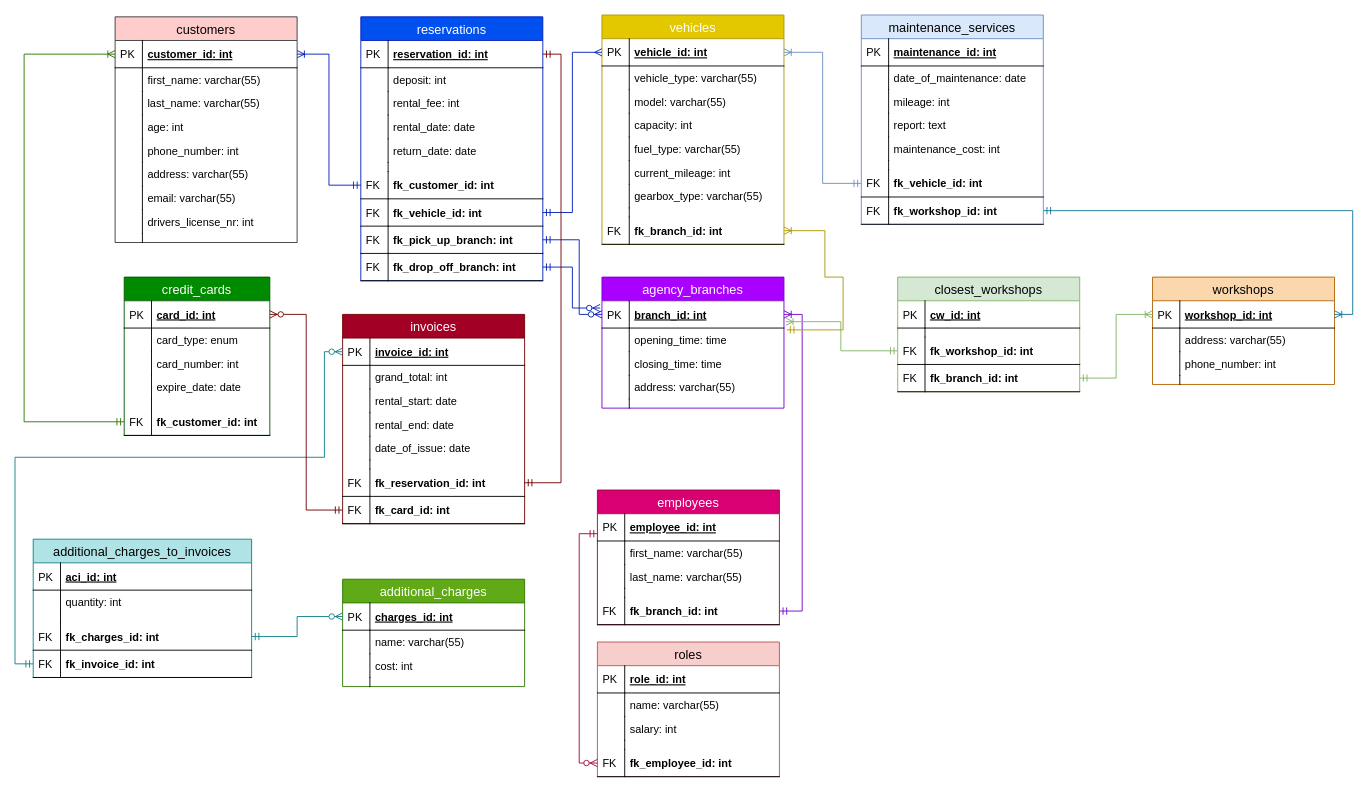
Above: Database-Development/3nf.drawio in Cosmic0wl/FSWD70-Valentina-Panetta-CodeReview-09 (draw.io), before the change. Source tidied: cells renumbered, new cells numbered last; positions are measured from the earlier drawing's top-left corner, leaving out a move shared by most shapes. Both pictures are drawn from the tidied source at 91%, with x=0, y=0 at pixel (15, 15).
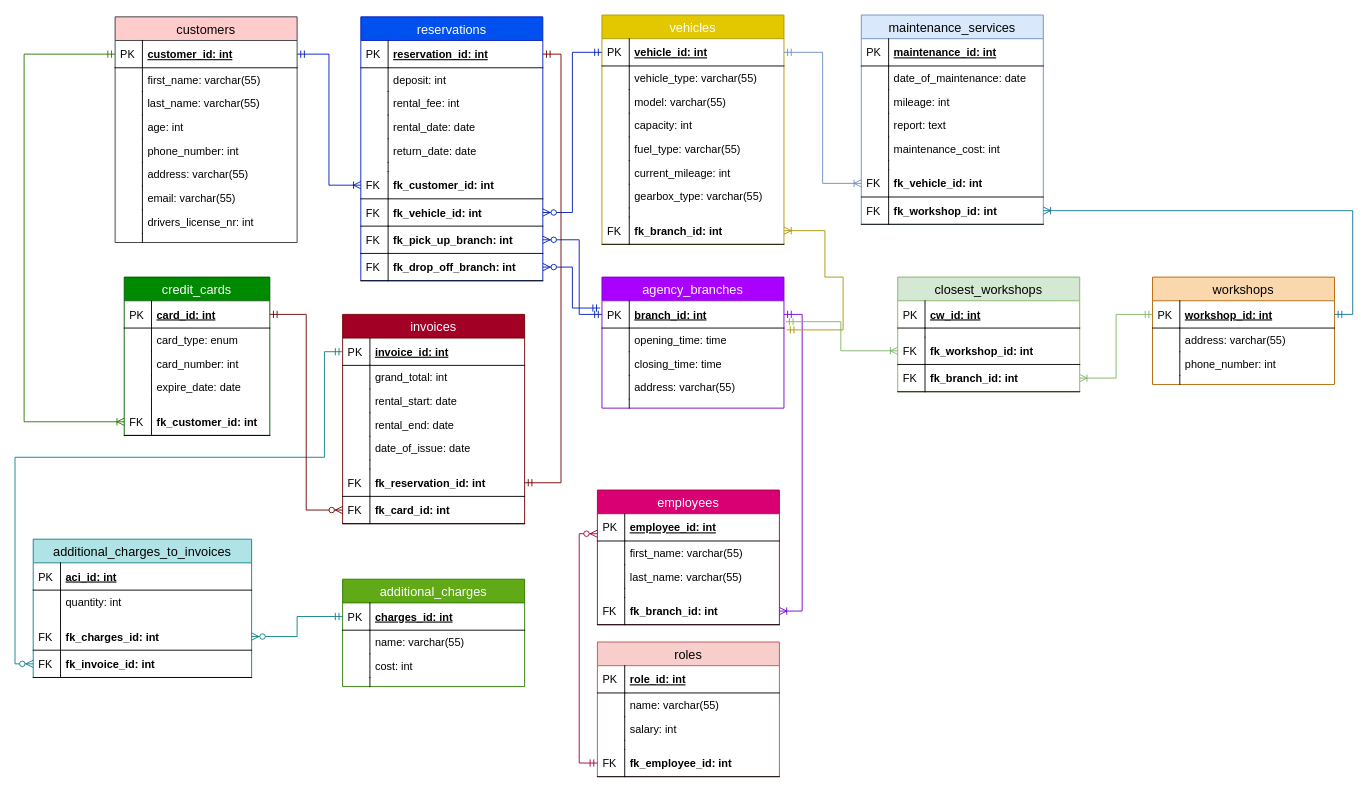
The same diagram, later.

Unchanged cells that the change refers to:
```xml
<mxCell id="3" value="customer_id: int" style="shape=partialRectangle;top=0;left=0;right=0;bottom=1;align=left;verticalAlign=middle;fillColor=none;spacingLeft=34;spacingRight=4;overflow=hidden;points=[[0,0.5],[1,0.5]];portConstraint=eastwest;fontStyle=5;fontSize=12;" parent="2" vertex="1">
  <mxGeometry y="26" width="200" height="30" as="geometry" />
</mxCell>
<mxCell id="22" value="card_id: int" style="shape=partialRectangle;top=0;left=0;right=0;bottom=1;align=left;verticalAlign=middle;fillColor=none;spacingLeft=34;spacingRight=4;overflow=hidden;points=[[0,0.5],[1,0.5]];portConstraint=eastwest;fontStyle=5;fontSize=12;" parent="21" vertex="1">
  <mxGeometry y="26" width="160" height="30" as="geometry" />
</mxCell>
<mxCell id="32" value="fk_customer_id: int" style="shape=partialRectangle;top=0;left=0;right=0;bottom=1;align=left;verticalAlign=middle;fillColor=none;spacingLeft=34;spacingRight=4;overflow=hidden;points=[[0,0.5],[1,0.5]];portConstraint=eastwest;fontStyle=1;fontSize=12;" parent="21" vertex="1">
  <mxGeometry y="144" width="160" height="30" as="geometry" />
</mxCell>
<mxCell id="47" value="fk_customer_id: int" style="shape=partialRectangle;top=0;left=0;right=0;bottom=1;align=left;verticalAlign=middle;fillColor=none;spacingLeft=34;spacingRight=4;overflow=hidden;points=[[0,0.5],[1,0.5]];portConstraint=eastwest;fontStyle=1;fontSize=12;" parent="34" vertex="1">
  <mxGeometry y="170" width="200" height="30" as="geometry" />
</mxCell>
<mxCell id="49" value="fk_vehicle_id: int" style="shape=partialRectangle;top=0;left=0;right=0;bottom=1;align=left;verticalAlign=middle;fillColor=none;spacingLeft=34;spacingRight=4;overflow=hidden;points=[[0,0.5],[1,0.5]];portConstraint=eastwest;fontStyle=1;fontSize=12;" parent="34" vertex="1">
  <mxGeometry y="200" width="200" height="30" as="geometry" />
</mxCell>
<mxCell id="51" value="fk_pick_up_branch: int" style="shape=partialRectangle;top=0;left=0;right=0;bottom=1;align=left;verticalAlign=middle;fillColor=none;spacingLeft=34;spacingRight=4;overflow=hidden;points=[[0,0.5],[1,0.5]];portConstraint=eastwest;fontStyle=1;fontSize=12;" parent="34" vertex="1">
  <mxGeometry y="230" width="200" height="30" as="geometry" />
</mxCell>
<mxCell id="53" value="fk_drop_off_branch: int" style="shape=partialRectangle;top=0;left=0;right=0;bottom=1;align=left;verticalAlign=middle;fillColor=none;spacingLeft=34;spacingRight=4;overflow=hidden;points=[[0,0.5],[1,0.5]];portConstraint=eastwest;fontStyle=1;fontSize=12;" parent="34" vertex="1">
  <mxGeometry y="260" width="200" height="30" as="geometry" />
</mxCell>
<mxCell id="56" value="vehicle_id: int" style="shape=partialRectangle;top=0;left=0;right=0;bottom=1;align=left;verticalAlign=middle;fillColor=none;spacingLeft=34;spacingRight=4;overflow=hidden;points=[[0,0.5],[1,0.5]];portConstraint=eastwest;fontStyle=5;fontSize=12;" parent="55" vertex="1">
  <mxGeometry y="26" width="200" height="30" as="geometry" />
</mxCell>
<mxCell id="75" value="employee_id: int" style="shape=partialRectangle;top=0;left=0;right=0;bottom=1;align=left;verticalAlign=middle;fillColor=none;spacingLeft=34;spacingRight=4;overflow=hidden;points=[[0,0.5],[1,0.5]];portConstraint=eastwest;fontStyle=5;fontSize=12;" parent="74" vertex="1">
  <mxGeometry y="26" width="200" height="30" as="geometry" />
</mxCell>
<mxCell id="83" value="fk_branch_id: int" style="shape=partialRectangle;top=0;left=0;right=0;bottom=1;align=left;verticalAlign=middle;fillColor=none;spacingLeft=34;spacingRight=4;overflow=hidden;points=[[0,0.5],[1,0.5]];portConstraint=eastwest;fontStyle=1;fontSize=12;" parent="74" vertex="1">
  <mxGeometry y="118" width="200" height="30" as="geometry" />
</mxCell>
<mxCell id="94" value="fk_employee_id: int" style="shape=partialRectangle;top=0;left=0;right=0;bottom=1;align=left;verticalAlign=middle;fillColor=none;spacingLeft=34;spacingRight=4;overflow=hidden;points=[[0,0.5],[1,0.5]];portConstraint=eastwest;fontStyle=1;fontSize=12;" parent="85" vertex="1">
  <mxGeometry y="118" width="200" height="30" as="geometry" />
</mxCell>
<mxCell id="97" value="branch_id: int" style="shape=partialRectangle;top=0;left=0;right=0;bottom=1;align=left;verticalAlign=middle;fillColor=none;spacingLeft=34;spacingRight=4;overflow=hidden;points=[[0,0.5],[1,0.5]];portConstraint=eastwest;fontStyle=5;fontSize=12;" parent="96" vertex="1">
  <mxGeometry y="26" width="200" height="30" as="geometry" />
</mxCell>
<mxCell id="108" value="invoice_id: int" style="shape=partialRectangle;top=0;left=0;right=0;bottom=1;align=left;verticalAlign=middle;fillColor=none;spacingLeft=34;spacingRight=4;overflow=hidden;points=[[0,0.5],[1,0.5]];portConstraint=eastwest;fontStyle=5;fontSize=12;" parent="107" vertex="1">
  <mxGeometry y="26" width="200" height="30" as="geometry" />
</mxCell>
<mxCell id="122" value="fk_card_id: int" style="shape=partialRectangle;top=0;left=0;right=0;bottom=1;align=left;verticalAlign=middle;fillColor=none;spacingLeft=34;spacingRight=4;overflow=hidden;points=[[0,0.5],[1,0.5]];portConstraint=eastwest;fontStyle=1;fontSize=12;" parent="107" vertex="1">
  <mxGeometry y="200" width="200" height="30" as="geometry" />
</mxCell>
<mxCell id="125" value="charges_id: int" style="shape=partialRectangle;top=0;left=0;right=0;bottom=1;align=left;verticalAlign=middle;fillColor=none;spacingLeft=34;spacingRight=4;overflow=hidden;points=[[0,0.5],[1,0.5]];portConstraint=eastwest;fontStyle=5;fontSize=12;" parent="124" vertex="1">
  <mxGeometry y="26" width="200" height="30" as="geometry" />
</mxCell>
<mxCell id="147" value="fk_charges_id: int" style="shape=partialRectangle;top=0;left=0;right=0;bottom=1;align=left;verticalAlign=middle;fillColor=none;spacingLeft=34;spacingRight=4;overflow=hidden;points=[[0,0.5],[1,0.5]];portConstraint=eastwest;fontStyle=1;fontSize=12;" parent="140" vertex="1">
  <mxGeometry y="92" width="240" height="30" as="geometry" />
</mxCell>
<mxCell id="149" value="fk_invoice_id: int" style="shape=partialRectangle;top=0;left=0;right=0;bottom=1;align=left;verticalAlign=middle;fillColor=none;spacingLeft=34;spacingRight=4;overflow=hidden;points=[[0,0.5],[1,0.5]];portConstraint=eastwest;fontStyle=1;fontSize=12;" parent="140" vertex="1">
  <mxGeometry y="122" width="240" height="30" as="geometry" />
</mxCell>
<mxCell id="169" value="fk_vehicle_id: int" style="shape=partialRectangle;top=0;left=0;right=0;bottom=1;align=left;verticalAlign=middle;fillColor=none;spacingLeft=34;spacingRight=4;overflow=hidden;points=[[0,0.5],[1,0.5]];portConstraint=eastwest;fontStyle=1;fontSize=12;" parent="156" vertex="1">
  <mxGeometry y="170" width="200" height="30" as="geometry" />
</mxCell>
<mxCell id="171" value="fk_workshop_id: int" style="shape=partialRectangle;top=0;left=0;right=0;bottom=1;align=left;verticalAlign=middle;fillColor=none;spacingLeft=34;spacingRight=4;overflow=hidden;points=[[0,0.5],[1,0.5]];portConstraint=eastwest;fontStyle=1;fontSize=12;" parent="156" vertex="1">
  <mxGeometry y="200" width="200" height="30" as="geometry" />
</mxCell>
<mxCell id="175" value="workshop_id: int" style="shape=partialRectangle;top=0;left=0;right=0;bottom=1;align=left;verticalAlign=middle;fillColor=none;spacingLeft=34;spacingRight=4;overflow=hidden;points=[[0,0.5],[1,0.5]];portConstraint=eastwest;fontStyle=5;fontSize=12;" parent="174" vertex="1">
  <mxGeometry y="26" width="200" height="30" as="geometry" />
</mxCell>
<mxCell id="189" value="fk_workshop_id: int" style="shape=partialRectangle;top=0;left=0;right=0;bottom=1;align=left;verticalAlign=middle;fillColor=none;spacingLeft=34;spacingRight=4;overflow=hidden;points=[[0,0.5],[1,0.5]];portConstraint=eastwest;fontStyle=1;fontSize=12;" parent="184" vertex="1">
  <mxGeometry y="66" width="200" height="30" as="geometry" />
</mxCell>
<mxCell id="191" value="fk_branch_id: int" style="shape=partialRectangle;top=0;left=0;right=0;bottom=1;align=left;verticalAlign=middle;fillColor=none;spacingLeft=34;spacingRight=4;overflow=hidden;points=[[0,0.5],[1,0.5]];portConstraint=eastwest;fontStyle=1;fontSize=12;" parent="184" vertex="1">
  <mxGeometry y="96" width="200" height="30" as="geometry" />
</mxCell>
```

Diff of the diagram source:
```diff
@@
-    <mxCell id="133" style="edgeStyle=orthogonalEdgeStyle;rounded=0;jettySize=auto;html=1;entryX=1;entryY=0.5;entryDx=0;entryDy=0;endArrow=ERoneToMany;endFill=0;fillColor=#0050ef;strokeColor=#001DBC;startArrow=ERmandOne;startFill=0;" parent="1" edge="1" source="47" target="3">
+    <mxCell id="133" style="edgeStyle=orthogonalEdgeStyle;rounded=0;jettySize=auto;html=1;entryX=1;entryY=0.5;entryDx=0;entryDy=0;endArrow=ERmandOne;endFill=0;fillColor=#0050ef;strokeColor=#001DBC;startArrow=ERoneToMany;startFill=0;" parent="1" edge="1" source="47" target="3">
       <mxGeometry relative="1" as="geometry" />
     </mxCell>
-    <mxCell id="134" style="edgeStyle=orthogonalEdgeStyle;rounded=0;jettySize=auto;html=1;exitX=1;exitY=0.5;exitDx=0;exitDy=0;entryX=0;entryY=0.5;entryDx=0;entryDy=0;endArrow=ERmany;endFill=0;fillColor=#0050ef;strokeColor=#001DBC;startArrow=ERmandOne;startFill=0;" parent="1" edge="1" source="49" target="56">
+    <mxCell id="134" style="edgeStyle=orthogonalEdgeStyle;rounded=0;jettySize=auto;html=1;exitX=1;exitY=0.5;exitDx=0;exitDy=0;entryX=0;entryY=0.5;entryDx=0;entryDy=0;endArrow=ERmandOne;endFill=0;fillColor=#0050ef;strokeColor=#001DBC;startArrow=ERzeroToMany;startFill=1;" parent="1" edge="1" source="49" target="56">
       <mxGeometry relative="1" as="geometry" />
     </mxCell>
-    <mxCell id="135" style="edgeStyle=orthogonalEdgeStyle;rounded=0;jettySize=auto;html=1;exitX=1;exitY=0.5;exitDx=0;exitDy=0;entryX=0;entryY=0.5;entryDx=0;entryDy=0;endArrow=ERzeroToMany;endFill=1;fillColor=#0050ef;strokeColor=#001DBC;startArrow=ERmandOne;startFill=0;" parent="1" edge="1" source="51" target="97">
+    <mxCell id="135" style="edgeStyle=orthogonalEdgeStyle;rounded=0;jettySize=auto;html=1;exitX=1;exitY=0.5;exitDx=0;exitDy=0;entryX=0;entryY=0.5;entryDx=0;entryDy=0;endArrow=ERmandOne;endFill=0;fillColor=#0050ef;strokeColor=#001DBC;startArrow=ERzeroToMany;startFill=1;" parent="1" edge="1" source="51" target="97">
       <mxGeometry relative="1" as="geometry">
         <Array as="points">
           <mxPoint x="620" y="247" />
           <mxPoint x="620" y="329" />
         </Array>
       </mxGeometry>
     </mxCell>
-    <mxCell id="136" style="edgeStyle=orthogonalEdgeStyle;rounded=0;jettySize=auto;html=1;entryX=-0.01;entryY=0.267;entryDx=0;entryDy=0;entryPerimeter=0;endArrow=ERzeroToMany;endFill=1;fillColor=#0050ef;strokeColor=#001DBC;startArrow=ERmandOne;startFill=0;" parent="1" edge="1" source="53" target="97">
+    <mxCell id="136" style="edgeStyle=orthogonalEdgeStyle;rounded=0;jettySize=auto;html=1;entryX=-0.01;entryY=0.267;entryDx=0;entryDy=0;entryPerimeter=0;endArrow=ERmandOne;endFill=0;fillColor=#0050ef;strokeColor=#001DBC;startArrow=ERzeroToMany;startFill=1;" parent="1" edge="1" source="53" target="97">
       <mxGeometry relative="1" as="geometry" />
     </mxCell>
-    <mxCell id="137" style="edgeStyle=orthogonalEdgeStyle;rounded=0;jettySize=auto;html=1;entryX=0;entryY=0.733;entryDx=0;entryDy=0;entryPerimeter=0;endArrow=ERmandOne;endFill=0;fillColor=#d80073;strokeColor=#A50040;startArrow=ERzeroToMany;startFill=1;" parent="1" edge="1" source="94" target="75">
+    <mxCell id="137" style="edgeStyle=orthogonalEdgeStyle;rounded=0;jettySize=auto;html=1;entryX=0;entryY=0.733;entryDx=0;entryDy=0;entryPerimeter=0;endArrow=ERzeroToMany;endFill=1;fillColor=#d80073;strokeColor=#A50040;startArrow=ERmandOne;startFill=0;" parent="1" edge="1" source="94" target="75">
       <mxGeometry relative="1" as="geometry" />
     </mxCell>
-    <mxCell id="138" style="edgeStyle=orthogonalEdgeStyle;rounded=0;jettySize=auto;html=1;entryX=1;entryY=0.5;entryDx=0;entryDy=0;endArrow=ERoneToMany;endFill=0;fillColor=#aa00ff;strokeColor=#7700CC;startArrow=ERmandOne;startFill=0;" parent="1" edge="1" source="83" target="97">
+    <mxCell id="138" style="edgeStyle=orthogonalEdgeStyle;rounded=0;jettySize=auto;html=1;entryX=1;entryY=0.5;entryDx=0;entryDy=0;endArrow=ERmandOne;endFill=0;fillColor=#aa00ff;strokeColor=#7700CC;startArrow=ERoneToMany;startFill=0;" parent="1" edge="1" source="83" target="97">
       <mxGeometry relative="1" as="geometry" />
     </mxCell>
@@
-    <mxCell id="151" style="edgeStyle=orthogonalEdgeStyle;rounded=0;jettySize=auto;html=1;exitX=1;exitY=0.5;exitDx=0;exitDy=0;entryX=0;entryY=0.5;entryDx=0;entryDy=0;endArrow=ERzeroToMany;endFill=1;fillColor=#b0e3e6;strokeColor=#0e8088;startArrow=ERmandOne;startFill=0;" parent="1" edge="1" source="147" target="125">
+    <mxCell id="151" style="edgeStyle=orthogonalEdgeStyle;rounded=0;jettySize=auto;html=1;exitX=1;exitY=0.5;exitDx=0;exitDy=0;entryX=0;entryY=0.5;entryDx=0;entryDy=0;endArrow=ERmandOne;endFill=0;fillColor=#b0e3e6;strokeColor=#0e8088;startArrow=ERzeroToMany;startFill=1;" parent="1" edge="1" source="147" target="125">
       <mxGeometry relative="1" as="geometry" />
     </mxCell>
-    <mxCell id="152" style="edgeStyle=orthogonalEdgeStyle;rounded=0;jettySize=auto;html=1;exitX=0;exitY=0.5;exitDx=0;exitDy=0;entryX=0;entryY=0.5;entryDx=0;entryDy=0;endArrow=ERzeroToMany;endFill=1;fillColor=#b0e3e6;strokeColor=#0e8088;startArrow=ERmandOne;startFill=0;" parent="1" edge="1" source="149" target="108">
+    <mxCell id="152" style="edgeStyle=orthogonalEdgeStyle;rounded=0;jettySize=auto;html=1;exitX=0;exitY=0.5;exitDx=0;exitDy=0;entryX=0;entryY=0.5;entryDx=0;entryDy=0;endArrow=ERmandOne;endFill=0;fillColor=#b0e3e6;strokeColor=#0e8088;startArrow=ERzeroToMany;startFill=1;" parent="1" edge="1" source="149" target="108">
       <mxGeometry relative="1" as="geometry">
         <Array as="points">
           <mxPoint y="713" />
           <mxPoint y="486" />
           <mxPoint x="340" y="486" />
           <mxPoint x="340" y="370" />
         </Array>
       </mxGeometry>
     </mxCell>
@@
-    <mxCell id="154" style="edgeStyle=orthogonalEdgeStyle;rounded=0;jettySize=auto;html=1;entryX=1;entryY=0.5;entryDx=0;entryDy=0;endArrow=ERzeroToMany;endFill=1;fillColor=#a20025;strokeColor=#6F0000;startArrow=ERmandOne;startFill=0;" parent="1" edge="1" source="122" target="22">
+    <mxCell id="154" style="edgeStyle=orthogonalEdgeStyle;rounded=0;jettySize=auto;html=1;entryX=1;entryY=0.5;entryDx=0;entryDy=0;endArrow=ERmandOne;endFill=0;fillColor=#a20025;strokeColor=#6F0000;startArrow=ERzeroToMany;startFill=1;" parent="1" edge="1" source="122" target="22">
       <mxGeometry relative="1" as="geometry" />
     </mxCell>
-    <mxCell id="155" style="edgeStyle=orthogonalEdgeStyle;rounded=0;jettySize=auto;html=1;entryX=0;entryY=0.5;entryDx=0;entryDy=0;endArrow=ERoneToMany;endFill=0;fillColor=#60a917;strokeColor=#2D7600;startArrow=ERmandOne;startFill=0;" parent="1" edge="1" source="32" target="3">
+    <mxCell id="155" style="edgeStyle=orthogonalEdgeStyle;rounded=0;jettySize=auto;html=1;entryX=0;entryY=0.5;entryDx=0;entryDy=0;endArrow=ERmandOne;endFill=0;fillColor=#60a917;strokeColor=#2D7600;startArrow=ERoneToMany;startFill=0;" parent="1" edge="1" source="32" target="3">
       <mxGeometry relative="1" as="geometry">
         <Array as="points">
           <mxPoint x="10" y="447" />
           <mxPoint x="10" y="43" />
         </Array>
       </mxGeometry>
     </mxCell>
@@
-    <mxCell id="173" style="edgeStyle=orthogonalEdgeStyle;rounded=0;jettySize=auto;html=1;exitX=0;exitY=0.5;exitDx=0;exitDy=0;entryX=1;entryY=0.5;entryDx=0;entryDy=0;endArrow=ERoneToMany;endFill=0;startArrow=ERmandOne;startFill=0;fillColor=#dae8fc;strokeColor=#6c8ebf;" parent="1" edge="1" source="169" target="56">
+    <mxCell id="173" style="edgeStyle=orthogonalEdgeStyle;rounded=0;jettySize=auto;html=1;exitX=0;exitY=0.5;exitDx=0;exitDy=0;entryX=1;entryY=0.5;entryDx=0;entryDy=0;endArrow=ERmandOne;endFill=0;startArrow=ERoneToMany;startFill=0;fillColor=#dae8fc;strokeColor=#6c8ebf;" parent="1" edge="1" source="169" target="56">
       <mxGeometry relative="1" as="geometry" />
     </mxCell>
@@
-    <mxCell id="183" style="edgeStyle=orthogonalEdgeStyle;rounded=0;jettySize=auto;html=1;entryX=1;entryY=0.5;entryDx=0;entryDy=0;startArrow=ERmandOne;startFill=0;endArrow=ERoneToMany;endFill=0;fillColor=#b1ddf0;strokeColor=#10739e;" parent="1" edge="1" source="171" target="175">
+    <mxCell id="183" style="edgeStyle=orthogonalEdgeStyle;rounded=0;jettySize=auto;html=1;entryX=1;entryY=0.5;entryDx=0;entryDy=0;startArrow=ERoneToMany;startFill=0;endArrow=ERmandOne;endFill=0;fillColor=#b1ddf0;strokeColor=#10739e;" parent="1" edge="1" source="171" target="175">
       <mxGeometry relative="1" as="geometry" />
     </mxCell>
@@
-    <mxCell id="193" style="edgeStyle=orthogonalEdgeStyle;rounded=0;jettySize=auto;html=1;entryX=1.01;entryY=0.767;entryDx=0;entryDy=0;entryPerimeter=0;startArrow=ERmandOne;startFill=0;endArrow=ERoneToMany;endFill=0;fillColor=#d5e8d4;strokeColor=#82b366;" parent="1" edge="1" source="189" target="97">
+    <mxCell id="193" style="edgeStyle=orthogonalEdgeStyle;rounded=0;jettySize=auto;html=1;entryX=1.01;entryY=0.767;entryDx=0;entryDy=0;entryPerimeter=0;startArrow=ERoneToMany;startFill=0;endArrow=ERmandOne;endFill=0;fillColor=#d5e8d4;strokeColor=#82b366;" parent="1" edge="1" source="189" target="97">
       <mxGeometry relative="1" as="geometry" />
     </mxCell>
-    <mxCell id="194" style="edgeStyle=orthogonalEdgeStyle;rounded=0;jettySize=auto;html=1;exitX=1;exitY=0.5;exitDx=0;exitDy=0;entryX=0;entryY=0.5;entryDx=0;entryDy=0;startArrow=ERmandOne;startFill=0;endArrow=ERoneToMany;endFill=0;fillColor=#d5e8d4;strokeColor=#82b366;" parent="1" edge="1" source="191" target="175">
+    <mxCell id="194" style="edgeStyle=orthogonalEdgeStyle;rounded=0;jettySize=auto;html=1;exitX=1;exitY=0.5;exitDx=0;exitDy=0;entryX=0;entryY=0.5;entryDx=0;entryDy=0;startArrow=ERoneToMany;startFill=0;endArrow=ERmandOne;endFill=0;fillColor=#d5e8d4;strokeColor=#82b366;" parent="1" edge="1" source="191" target="175">
       <mxGeometry relative="1" as="geometry" />
     </mxCell>
```
